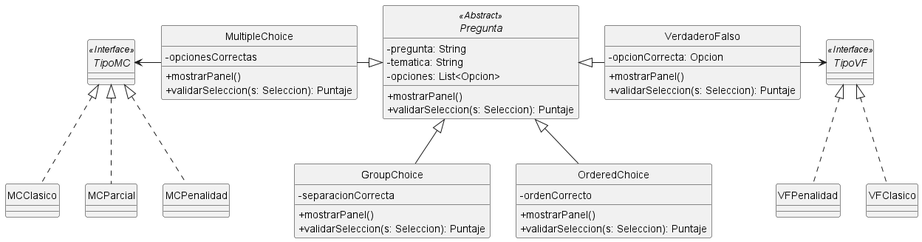
Above: diagrams/classes/Preguntas.png in fiuba/algo3_proyecto_base_tp2 (PlantUML), before the change. The source it was exported from:
```plantuml
@startuml Preguntas

skinparam monochrome true
hide circle
skinparam classAttributeIconSize 0

abstract Pregunta <<Abstract>> {
    - pregunta: String
    - tematica: String
    - opciones: List<Opcion>
    + mostrarPanel()
    + validarSeleccion(s: Seleccion): Puntaje
}

class VerdaderoFalso {
    - opcionCorrecta: Opcion
    + mostrarPanel()
    + validarSeleccion(s: Seleccion): Puntaje

}

class MultipleChoice {
    - opcionesCorrectas
    + mostrarPanel()
    + validarSeleccion(s: Seleccion): Puntaje

}

class OrderedChoice {
    - ordenCorrecto
    + mostrarPanel()
    + validarSeleccion(s: Seleccion): Puntaje

}

class GroupChoice {
    - separacionCorrecta
    + mostrarPanel()
    + validarSeleccion(s: Seleccion): Puntaje

}

Pregunta <|- VerdaderoFalso
Pregunta <|-left- MultipleChoice
Pregunta <|-- OrderedChoice
Pregunta <|-- GroupChoice

interface TipoVF <<Interface>> {
}
class VFClasico {
}
class VFPenalidad {
}

VerdaderoFalso -> TipoVF
TipoVF <|.. VFClasico
TipoVF <|.. VFPenalidad

interface TipoMC <<Interface>> {
}
class MCClasico {
}
class MCParcial {
}
class MCPenalidad {
}
TipoMC <- MultipleChoice
TipoMC <|.. MCClasico
TipoMC <|.. MCParcial
TipoMC <|.. MCPenalidad
@enduml
```
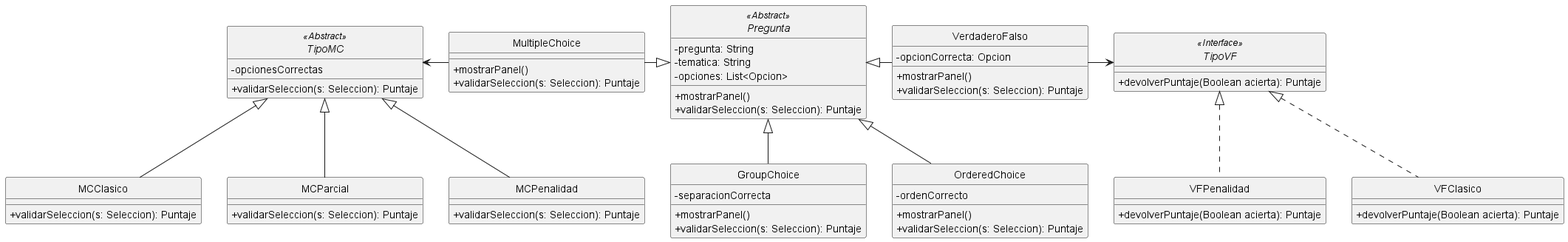
Later version of the same file.

The edit, as a diff of the source:
```diff
@@ -20,7 +20,6 @@
 }
 
 class MultipleChoice {
-    - opcionesCorrectas
     + mostrarPanel()
     + validarSeleccion(s: Seleccion): Puntaje
 
@@ -46,26 +45,34 @@
 Pregunta <|-- GroupChoice
 
 interface TipoVF <<Interface>> {
+    + devolverPuntaje(Boolean acierta): Puntaje
 }
 class VFClasico {
+    + devolverPuntaje(Boolean acierta): Puntaje
 }
 class VFPenalidad {
+    + devolverPuntaje(Boolean acierta): Puntaje
 }
 
 VerdaderoFalso -> TipoVF
 TipoVF <|.. VFClasico
 TipoVF <|.. VFPenalidad
 
-interface TipoMC <<Interface>> {
+abstract TipoMC <<Abstract>> {
+    - opcionesCorrectas
+    + validarSeleccion(s: Seleccion): Puntaje
 }
 class MCClasico {
+    + validarSeleccion(s: Seleccion): Puntaje
 }
 class MCParcial {
+    + validarSeleccion(s: Seleccion): Puntaje
 }
 class MCPenalidad {
+    + validarSeleccion(s: Seleccion): Puntaje
 }
 TipoMC <- MultipleChoice
-TipoMC <|.. MCClasico
-TipoMC <|.. MCParcial
-TipoMC <|.. MCPenalidad
+TipoMC <|-- MCClasico
+TipoMC <|-- MCParcial
+TipoMC <|-- MCPenalidad
 @enduml
```
